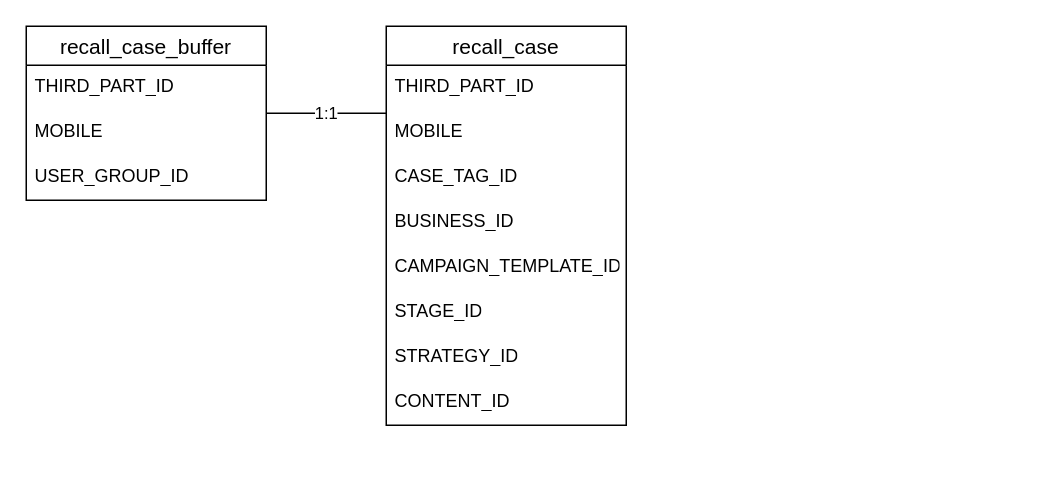
Before: 召回系统-数据架构.drawio in ABIN-DS/flowchart, a draw.io diagram. Source tidied: cells renumbered, new cells numbered last; positions are measured from the earlier drawing's top-left corner, leaving out a move shared by most shapes. Both pictures are drawn from the tidied source at 150%, with x=0, y=0 at pixel (26, 26).
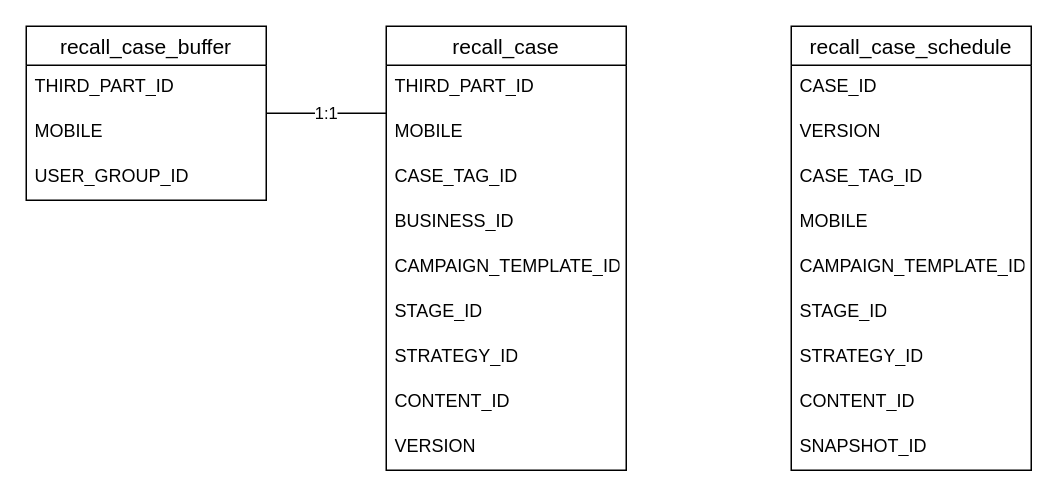
After the change.

Commit message (it also covers changes not shown here):
更新召回系统-数据架构.drawio

What changed in the source:
```diff
@@
     <mxCell id="7" value="recall_case" style="swimlane;fontStyle=0;horizontal=1;startSize=26;align=center;fontSize=14;" parent="1" vertex="1">
-      <mxGeometry x="240" width="160" height="266" as="geometry" />
+      <mxGeometry x="240" width="160" height="296" as="geometry" />
     </mxCell>
@@
+    <mxCell id="16" value="VERSION" style="text;strokeColor=none;fillColor=none;spacingLeft=4;spacingRight=4;overflow=hidden;fontSize=12;whiteSpace=wrap;html=1;" parent="7" vertex="1">
+      <mxGeometry y="266" width="160" height="30" as="geometry" />
+    </mxCell>
+    <mxCell id="17" value="recall_case_schedule" style="swimlane;fontStyle=0;horizontal=1;startSize=26;align=center;fontSize=14;" parent="1" vertex="1">
+      <mxGeometry x="510" width="160" height="296" as="geometry" />
+    </mxCell>
+    <mxCell id="18" value="CASE_ID" style="text;strokeColor=none;fillColor=none;spacingLeft=4;spacingRight=4;overflow=hidden;fontSize=12;whiteSpace=wrap;html=1;" parent="17" vertex="1">
+      <mxGeometry y="26" width="160" height="30" as="geometry" />
+    </mxCell>
+    <mxCell id="19" value="VERSION" style="text;strokeColor=none;fillColor=none;spacingLeft=4;spacingRight=4;overflow=hidden;fontSize=12;whiteSpace=wrap;html=1;" parent="17" vertex="1">
+      <mxGeometry y="56" width="160" height="30" as="geometry" />
+    </mxCell>
+    <mxCell id="20" value="CASE_TAG_ID" style="text;strokeColor=none;fillColor=none;spacingLeft=4;spacingRight=4;overflow=hidden;fontSize=12;whiteSpace=wrap;html=1;" parent="17" vertex="1">
+      <mxGeometry y="86" width="160" height="30" as="geometry" />
+    </mxCell>
+    <mxCell id="21" value="MOBILE" style="text;strokeColor=none;fillColor=none;spacingLeft=4;spacingRight=4;overflow=hidden;fontSize=12;whiteSpace=wrap;html=1;" parent="17" vertex="1">
+      <mxGeometry y="116" width="160" height="30" as="geometry" />
+    </mxCell>
+    <mxCell id="22" value="CAMPAIGN_TEMPLATE_ID" style="text;strokeColor=none;fillColor=none;spacingLeft=4;spacingRight=4;overflow=hidden;fontSize=12;whiteSpace=wrap;html=1;" parent="17" vertex="1">
+      <mxGeometry y="146" width="160" height="30" as="geometry" />
+    </mxCell>
+    <mxCell id="23" value="STAGE_ID" style="text;strokeColor=none;fillColor=none;spacingLeft=4;spacingRight=4;overflow=hidden;fontSize=12;whiteSpace=wrap;html=1;" parent="17" vertex="1">
+      <mxGeometry y="176" width="160" height="30" as="geometry" />
+    </mxCell>
+    <mxCell id="24" value="STRATEGY_ID" style="text;strokeColor=none;fillColor=none;spacingLeft=4;spacingRight=4;overflow=hidden;fontSize=12;whiteSpace=wrap;html=1;" parent="17" vertex="1">
+      <mxGeometry y="206" width="160" height="30" as="geometry" />
+    </mxCell>
+    <mxCell id="25" value="CONTENT_ID" style="text;strokeColor=none;fillColor=none;spacingLeft=4;spacingRight=4;overflow=hidden;fontSize=12;whiteSpace=wrap;html=1;" parent="17" vertex="1">
+      <mxGeometry y="236" width="160" height="30" as="geometry" />
+    </mxCell>
+    <mxCell id="26" value="SNAPSHOT_ID" style="text;strokeColor=none;fillColor=none;spacingLeft=4;spacingRight=4;overflow=hidden;fontSize=12;whiteSpace=wrap;html=1;" parent="17" vertex="1">
+      <mxGeometry y="266" width="160" height="30" as="geometry" />
+    </mxCell>
```
